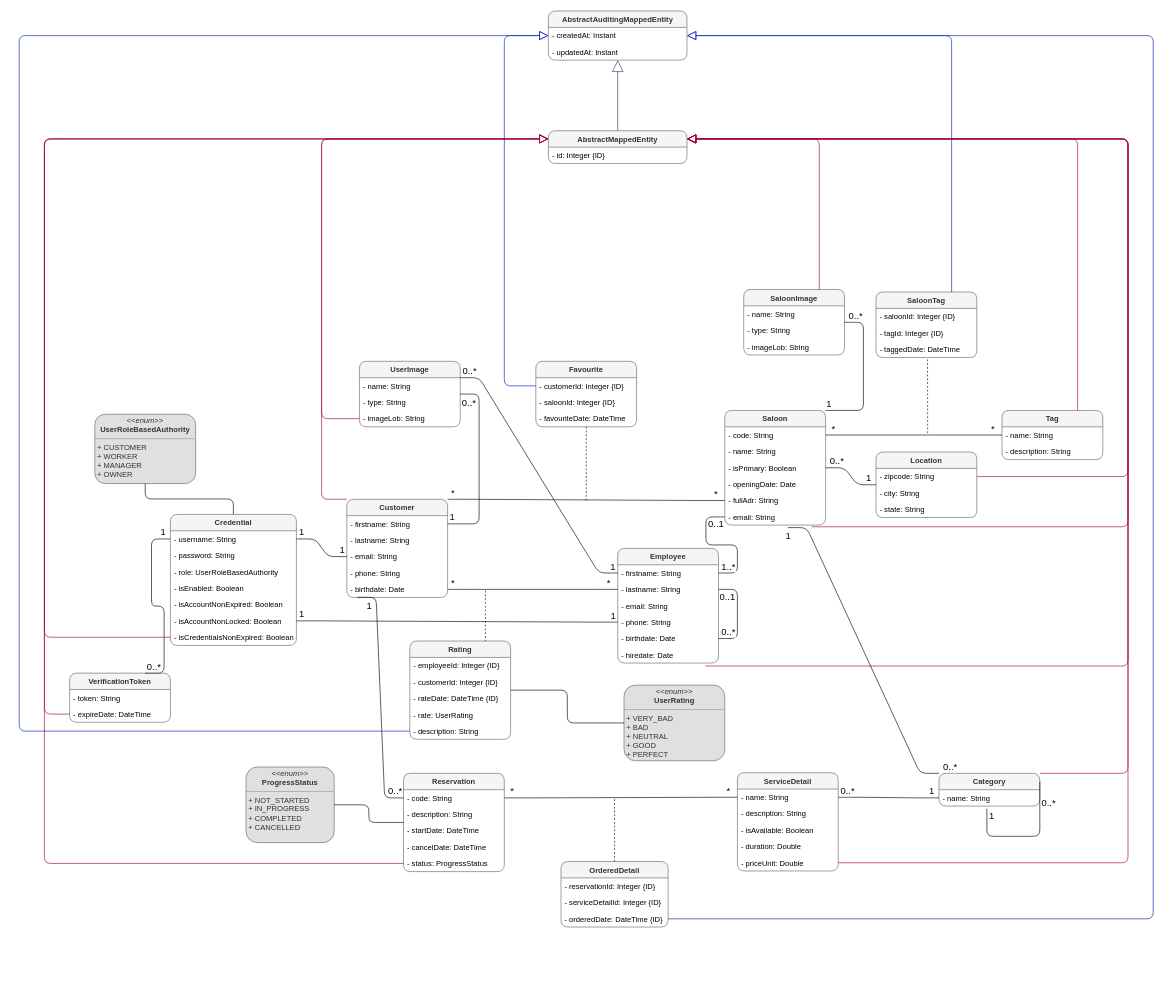
Above: docs/doc/cita_class_diag.drawio in SelimHorri/atic-backend-app (draw.io), before the change. Source tidied: cells renumbered, new cells numbered last; positions are measured from the earlier drawing's top-left corner, leaving out a move shared by most shapes. Both pictures are drawn from the tidied source at 63%, with x=0, y=0 at pixel (19, 11).
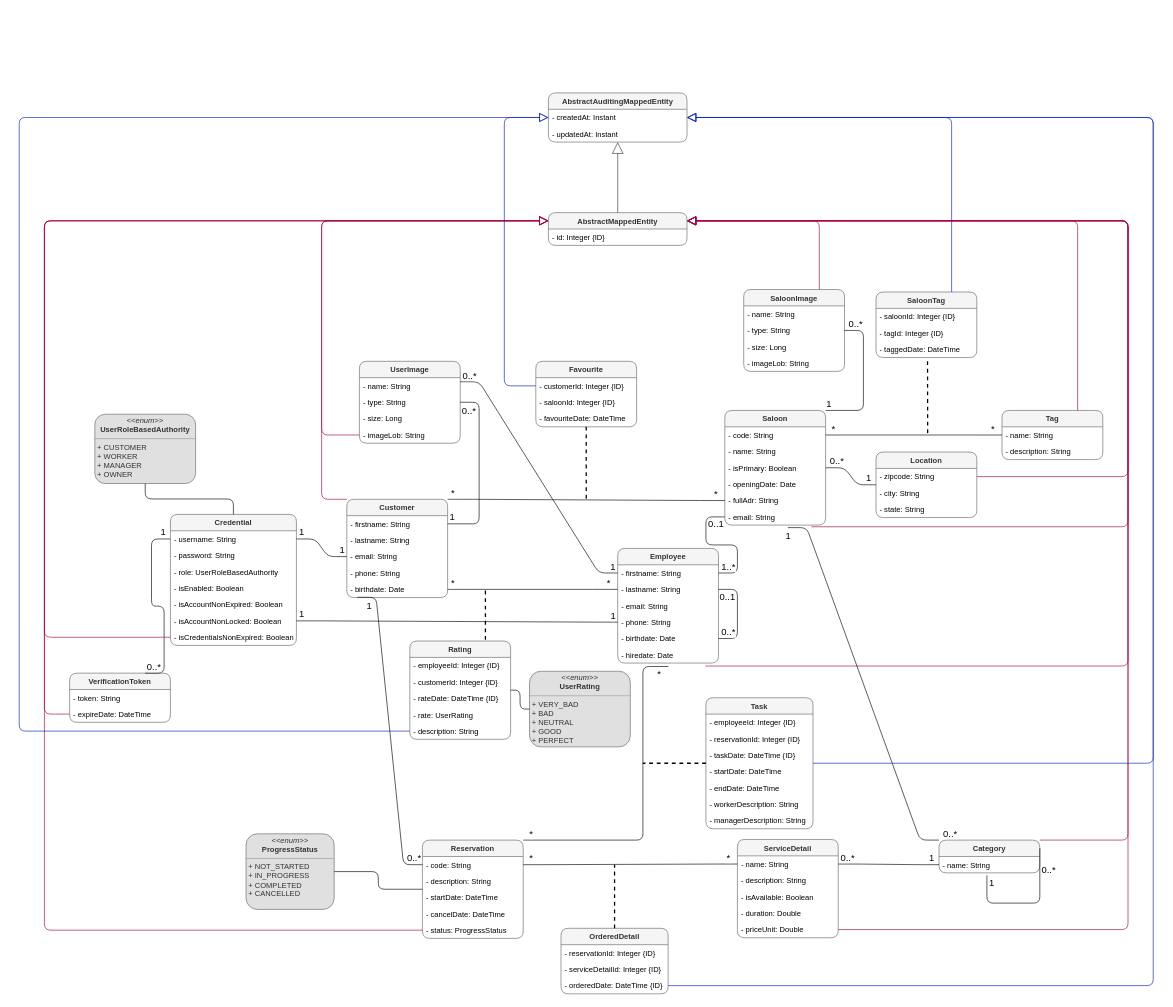
After the change.

Unchanged cells that the change refers to:
```xml
<mxCell id="10" value="- hiredate: Date" style="text;strokeColor=none;fillColor=none;align=left;verticalAlign=top;spacingLeft=4;spacingRight=4;overflow=hidden;points=[[0,0.5],[1,0.5]];portConstraint=eastwest;rounded=1;" parent="4" vertex="1">
  <mxGeometry y="156" width="160" height="26" as="geometry" />
</mxCell>
<mxCell id="33" value="Favourite" style="swimlane;fontStyle=1;align=center;verticalAlign=top;horizontal=1;startSize=26;rounded=1;fillColor=#f5f5f5;fontColor=#333333;strokeColor=#666666;" parent="1" vertex="1">
  <mxGeometry x="820" y="556" width="160" height="104" as="geometry" />
</mxCell>
<mxCell id="78" value="Rating" style="swimlane;fontStyle=1;align=center;verticalAlign=top;horizontal=1;startSize=26;rounded=1;sketch=0;fillColor=#f5f5f5;fontColor=#333333;strokeColor=#666666;" parent="1" vertex="1">
  <mxGeometry x="620" y="1000" width="160" height="156" as="geometry" />
</mxCell>
<mxCell id="89" value="- createdAt: Instant" style="text;strokeColor=none;fillColor=none;align=left;verticalAlign=top;spacingLeft=4;spacingRight=4;overflow=hidden;points=[[0,0.5],[1,0.5]];portConstraint=eastwest;rounded=1;" parent="88" vertex="1">
  <mxGeometry y="26" width="220" height="26" as="geometry" />
</mxCell>
<mxCell id="95" value="- taggedDate: DateTime" style="text;strokeColor=none;fillColor=none;align=left;verticalAlign=top;spacingLeft=4;spacingRight=4;overflow=hidden;points=[[0,0.5],[1,0.5]];portConstraint=eastwest;rounded=1;sketch=0;" parent="92" vertex="1">
  <mxGeometry y="78" width="160" height="26" as="geometry" />
</mxCell>
```

Diff of the diagram source:
```diff
@@
     <mxCell id="2" value="AbstractMappedEntity" style="swimlane;fontStyle=1;align=center;verticalAlign=top;horizontal=1;startSize=26;rounded=1;fillColor=#f5f5f5;fontColor=#333333;strokeColor=#666666;" parent="1" vertex="1">
-      <mxGeometry x="840" y="190" width="220" height="52" as="geometry" />
+      <mxGeometry x="840" y="320" width="220" height="52" as="geometry" />
     </mxCell>
@@
     <mxCell id="44" value="Reservation" style="swimlane;fontStyle=1;align=center;verticalAlign=top;horizontal=1;startSize=26;rounded=1;sketch=0;fillColor=#f5f5f5;fontColor=#333333;strokeColor=#666666;" parent="1" vertex="1">
-      <mxGeometry x="610" y="1210" width="160" height="156" as="geometry" />
+      <mxGeometry x="640" y="1316" width="160" height="156" as="geometry" />
     </mxCell>
@@
     <mxCell id="50" value="ServiceDetail" style="swimlane;fontStyle=1;align=center;verticalAlign=top;horizontal=1;startSize=26;rounded=1;sketch=0;fillColor=#f5f5f5;fontColor=#333333;strokeColor=#666666;" parent="1" vertex="1">
-      <mxGeometry x="1140" y="1209" width="160" height="156" as="geometry" />
+      <mxGeometry x="1140" y="1315" width="160" height="156" as="geometry" />
     </mxCell>
@@
     <mxCell id="56" value="OrderedDetail" style="swimlane;fontStyle=1;align=center;verticalAlign=top;horizontal=1;startSize=26;rounded=1;sketch=0;fillColor=#f5f5f5;fontColor=#333333;strokeColor=#666666;" parent="1" vertex="1">
-      <mxGeometry x="860" y="1350" width="170" height="104" as="geometry" />
+      <mxGeometry x="860" y="1456" width="170" height="104" as="geometry" />
     </mxCell>
@@
     <mxCell id="60" value="UserImage" style="swimlane;fontStyle=1;align=center;verticalAlign=top;horizontal=1;startSize=26;rounded=1;sketch=0;fillColor=#f5f5f5;fontColor=#333333;strokeColor=#666666;" parent="1" vertex="1">
-      <mxGeometry x="540" y="556" width="160" height="104" as="geometry" />
+      <mxGeometry x="540" y="556" width="160" height="130" as="geometry" />
     </mxCell>
@@
+    <mxCell id="163" value="- size: Long" style="text;strokeColor=none;fillColor=none;align=left;verticalAlign=top;spacingLeft=4;spacingRight=4;overflow=hidden;rounded=1;sketch=0;" parent="60" vertex="1">
+      <mxGeometry y="78" width="160" height="26" as="geometry" />
+    </mxCell>
     <mxCell id="63" value="- imageLob: String" style="text;strokeColor=none;fillColor=none;align=left;verticalAlign=top;spacingLeft=4;spacingRight=4;overflow=hidden;points=[[0,0.5],[1,0.5]];portConstraint=eastwest;rounded=1;sketch=0;" parent="60" vertex="1">
-      <mxGeometry y="78" width="160" height="26" as="geometry" />
+      <mxGeometry y="104" width="160" height="26" as="geometry" />
     </mxCell>
@@
     <mxCell id="71" value="Category" style="swimlane;fontStyle=1;align=center;verticalAlign=top;horizontal=1;startSize=26;rounded=1;sketch=0;fillColor=#f5f5f5;fontColor=#333333;strokeColor=#666666;" parent="1" vertex="1">
-      <mxGeometry x="1460" y="1210" width="160" height="52" as="geometry" />
+      <mxGeometry x="1460" y="1316" width="160" height="52" as="geometry" />
     </mxCell>
@@
     <mxCell id="76" value="&lt;p style=&quot;margin: 0px ; margin-top: 4px ; text-align: center&quot;&gt;&lt;i&gt;&amp;lt;&amp;lt;enum&amp;gt;&amp;gt;&lt;/i&gt;&lt;br&gt;&lt;b&gt;ProgressStatus&lt;/b&gt;&lt;br&gt;&lt;/p&gt;&lt;hr size=&quot;1&quot;&gt;&lt;p style=&quot;margin: 0px ; margin-left: 4px&quot;&gt;+ NOT_STARTED&lt;br&gt;&lt;/p&gt;&lt;p style=&quot;margin: 0px ; margin-left: 4px&quot;&gt;+ IN_PROGRESS&lt;/p&gt;&lt;p style=&quot;margin: 0px ; margin-left: 4px&quot;&gt;+ COMPLETED&lt;/p&gt;&lt;p style=&quot;margin: 0px ; margin-left: 4px&quot;&gt;+ CANCELLED&lt;br&gt;&lt;/p&gt;" style="verticalAlign=top;align=left;overflow=fill;fontSize=12;fontFamily=Helvetica;html=1;rounded=1;fillColor=#E0E0E0;fontColor=#333333;strokeColor=#666666;" parent="1" vertex="1">
-      <mxGeometry x="360" y="1200" width="140" height="120" as="geometry" />
+      <mxGeometry x="360" y="1306" width="140" height="120" as="geometry" />
     </mxCell>
@@
     <mxCell id="84" value="SaloonImage" style="swimlane;fontStyle=1;align=center;verticalAlign=top;horizontal=1;startSize=26;rounded=1;sketch=0;fillColor=#f5f5f5;fontColor=#333333;strokeColor=#666666;" parent="1" vertex="1">
-      <mxGeometry x="1150" y="442" width="160" height="104" as="geometry" />
+      <mxGeometry x="1150" y="442" width="160" height="130" as="geometry" />
     </mxCell>
@@
+    <mxCell id="164" value="- size: Long" style="text;strokeColor=none;fillColor=none;align=left;verticalAlign=top;spacingLeft=4;spacingRight=4;overflow=hidden;rounded=1;sketch=0;" parent="84" vertex="1">
+      <mxGeometry y="78" width="160" height="26" as="geometry" />
+    </mxCell>
     <mxCell id="87" value="- imageLob: String" style="text;strokeColor=none;fillColor=none;align=left;verticalAlign=top;spacingLeft=4;spacingRight=4;overflow=hidden;rounded=1;sketch=0;" parent="84" vertex="1">
-      <mxGeometry y="78" width="160" height="26" as="geometry" />
+      <mxGeometry y="104" width="160" height="26" as="geometry" />
     </mxCell>
     <mxCell id="88" value="AbstractAuditingMappedEntity" style="swimlane;fontStyle=1;align=center;verticalAlign=top;horizontal=1;startSize=26;rounded=1;fillColor=#f5f5f5;fontColor=#333333;strokeColor=#666666;" parent="1" vertex="1">
-      <mxGeometry x="840" width="220" height="78" as="geometry" />
+      <mxGeometry x="840" y="130" width="220" height="78" as="geometry" />
     </mxCell>
@@
     <mxCell id="96" value="&lt;p style=&quot;margin: 0px ; margin-top: 4px ; text-align: center&quot;&gt;&lt;i&gt;&amp;lt;&amp;lt;enum&amp;gt;&amp;gt;&lt;/i&gt;&lt;br&gt;&lt;b&gt;UserRating&lt;/b&gt;&lt;br&gt;&lt;/p&gt;&lt;hr size=&quot;1&quot;&gt;&lt;p style=&quot;margin: 0px ; margin-left: 4px&quot;&gt;+ VERY_BAD&lt;/p&gt;&lt;p style=&quot;margin: 0px ; margin-left: 4px&quot;&gt;+ BAD&lt;/p&gt;&lt;p style=&quot;margin: 0px ; margin-left: 4px&quot;&gt;+ NEUTRAL&lt;/p&gt;&lt;p style=&quot;margin: 0px ; margin-left: 4px&quot;&gt;+ GOOD&lt;/p&gt;&lt;p style=&quot;margin: 0px ; margin-left: 4px&quot;&gt;+ PERFECT&lt;br&gt;&lt;/p&gt;" style="verticalAlign=top;align=left;overflow=fill;fontSize=12;fontFamily=Helvetica;html=1;rounded=1;fillColor=#E0E0E0;fontColor=#333333;strokeColor=#666666;" parent="1" vertex="1">
-      <mxGeometry x="960" y="1070" width="160" height="120" as="geometry" />
+      <mxGeometry x="810" y="1048" width="160" height="120" as="geometry" />
     </mxCell>
@@
-    <mxCell id="107" style="endArrow=none;dashed=1;html=1;rounded=1;sketch=0;elbow=vertical;entryX=0.511;entryY=1.016;entryDx=0;entryDy=0;entryPerimeter=0;" parent="1" edge="1" target="95">
+    <mxCell id="107" style="endArrow=none;dashed=1;html=1;rounded=1;sketch=0;elbow=vertical;entryX=0.511;entryY=1.016;entryDx=0;entryDy=0;entryPerimeter=0;strokeWidth=2;" parent="1" edge="1" target="95">
       <mxGeometry relative="1" as="geometry">
         <mxPoint x="1442" y="670" as="sourcePoint" />
       </mxGeometry>
     </mxCell>
@@
-    <mxCell id="123" style="endArrow=none;dashed=1;html=1;rounded=1;sketch=0;elbow=vertical;" parent="1" edge="1" source="56">
+    <mxCell id="123" style="endArrow=none;dashed=1;html=1;rounded=1;sketch=0;elbow=vertical;strokeWidth=2;" parent="1" edge="1" source="56">
       <mxGeometry relative="1" as="geometry">
-        <mxPoint x="945" y="1249" as="targetPoint" />
+        <mxPoint x="945" y="1355" as="targetPoint" />
       </mxGeometry>
     </mxCell>
@@
-    <mxCell id="130" style="endArrow=none;dashed=1;html=1;rounded=1;sketch=0;elbow=vertical;" parent="1" edge="1" source="33">
+    <mxCell id="130" style="endArrow=none;dashed=1;html=1;rounded=1;sketch=0;elbow=vertical;strokeWidth=2;" parent="1" edge="1" source="33">
       <mxGeometry relative="1" as="geometry">
         <mxPoint x="900" y="780" as="targetPoint" />
       </mxGeometry>
     </mxCell>
@@
-    <mxCell id="143" style="endArrow=none;dashed=1;html=1;rounded=1;sketch=0;elbow=vertical;entryX=0.75;entryY=0;entryDx=0;entryDy=0;" parent="1" edge="1" target="78">
+    <mxCell id="143" style="endArrow=none;dashed=1;html=1;rounded=1;sketch=0;elbow=vertical;entryX=0.75;entryY=0;entryDx=0;entryDy=0;strokeWidth=2;" parent="1" edge="1" target="78">
       <mxGeometry relative="1" as="geometry">
         <mxPoint x="740" y="920" as="sourcePoint" />
       </mxGeometry>
     </mxCell>
@@
+    <mxCell id="165" value="Task" style="swimlane;fontStyle=1;align=center;verticalAlign=top;horizontal=1;startSize=26;rounded=1;sketch=0;fillColor=#f5f5f5;fontColor=#333333;strokeColor=#666666;" parent="1" vertex="1">
+      <mxGeometry x="1090" y="1090" width="170" height="208" as="geometry" />
+    </mxCell>
+    <mxCell id="166" value="- employeeId: Integer {ID}" style="text;strokeColor=none;fillColor=none;align=left;verticalAlign=top;spacingLeft=4;spacingRight=4;overflow=hidden;rounded=1;sketch=0;" parent="165" vertex="1">
+      <mxGeometry y="26" width="170" height="26" as="geometry" />
+    </mxCell>
+    <mxCell id="167" value="- reservationId: Integer {ID}" style="text;strokeColor=none;fillColor=none;align=left;verticalAlign=top;spacingLeft=4;spacingRight=4;overflow=hidden;rounded=1;sketch=0;" parent="165" vertex="1">
+      <mxGeometry y="52" width="170" height="26" as="geometry" />
+    </mxCell>
+    <mxCell id="168" value="- taskDate: DateTime {ID}" style="text;strokeColor=none;fillColor=none;align=left;verticalAlign=top;spacingLeft=4;spacingRight=4;overflow=hidden;rounded=1;sketch=0;" parent="165" vertex="1">
+      <mxGeometry y="78" width="170" height="26" as="geometry" />
+    </mxCell>
+    <mxCell id="169" value="- startDate: DateTime" style="text;strokeColor=none;fillColor=none;align=left;verticalAlign=top;spacingLeft=4;spacingRight=4;overflow=hidden;rounded=1;sketch=0;" parent="165" vertex="1">
+      <mxGeometry y="104" width="170" height="26" as="geometry" />
+    </mxCell>
+    <mxCell id="170" value="- endDate: DateTime" style="text;strokeColor=none;fillColor=none;align=left;verticalAlign=top;spacingLeft=4;spacingRight=4;overflow=hidden;rounded=1;sketch=0;" parent="165" vertex="1">
+      <mxGeometry y="130" width="170" height="26" as="geometry" />
+    </mxCell>
+    <mxCell id="171" value="- workerDescription: String" style="text;strokeColor=none;fillColor=none;align=left;verticalAlign=top;spacingLeft=4;spacingRight=4;overflow=hidden;rounded=1;sketch=0;" parent="165" vertex="1">
+      <mxGeometry y="156" width="170" height="26" as="geometry" />
+    </mxCell>
+    <mxCell id="172" value="- managerDescription: String" style="text;strokeColor=none;fillColor=none;align=left;verticalAlign=top;spacingLeft=4;spacingRight=4;overflow=hidden;rounded=1;sketch=0;" parent="165" vertex="1">
+      <mxGeometry y="182" width="170" height="26" as="geometry" />
+    </mxCell>
+    <mxCell id="173" style="endArrow=none;html=1;edgeStyle=elbowEdgeStyle;rounded=1;sketch=0;entryX=0.503;entryY=1.21;entryDx=0;entryDy=0;exitX=1;exitY=0;exitDx=0;exitDy=0;entryPerimeter=0;" parent="1" edge="1" source="44" target="10">
+      <mxGeometry relative="1" as="geometry">
+        <Array as="points">
+          <mxPoint x="990" y="1200" />
+        </Array>
+      </mxGeometry>
+    </mxCell>
+    <mxCell id="174" value="*" style="edgeLabel;html=1;align=left;verticalAlign=bottom;rounded=1;sketch=0;fontSize=15;" parent="173" vertex="1">
+      <mxGeometry x="-1" relative="1" as="geometry">
+        <mxPoint x="8" as="offset" />
+      </mxGeometry>
+    </mxCell>
+    <mxCell id="175" value="*" style="edgeLabel;html=1;align=right;verticalAlign=bottom;rounded=1;sketch=0;fontSize=15;" parent="173" vertex="1">
+      <mxGeometry x="1" relative="1" as="geometry">
+        <mxPoint x="-11" y="23" as="offset" />
+      </mxGeometry>
+    </mxCell>
+    <mxCell id="176" style="endArrow=none;dashed=1;html=1;rounded=1;sketch=0;elbow=vertical;strokeWidth=2;" parent="1" edge="1" source="165">
+      <mxGeometry relative="1" as="geometry">
+        <mxPoint x="990" y="1194" as="targetPoint" />
+      </mxGeometry>
+    </mxCell>
+    <mxCell id="177" style="edgeStyle=elbowEdgeStyle;html=1;endSize=12;endArrow=block;endFill=0;rounded=1;fillColor=#0050ef;strokeColor=#001DBC;entryX=1;entryY=0.5;entryDx=0;entryDy=0;" parent="1" edge="1" source="165" target="89">
+      <mxGeometry relative="1" as="geometry">
+        <Array as="points">
+          <mxPoint x="1800" y="620" />
+        </Array>
+      </mxGeometry>
+    </mxCell>
```
